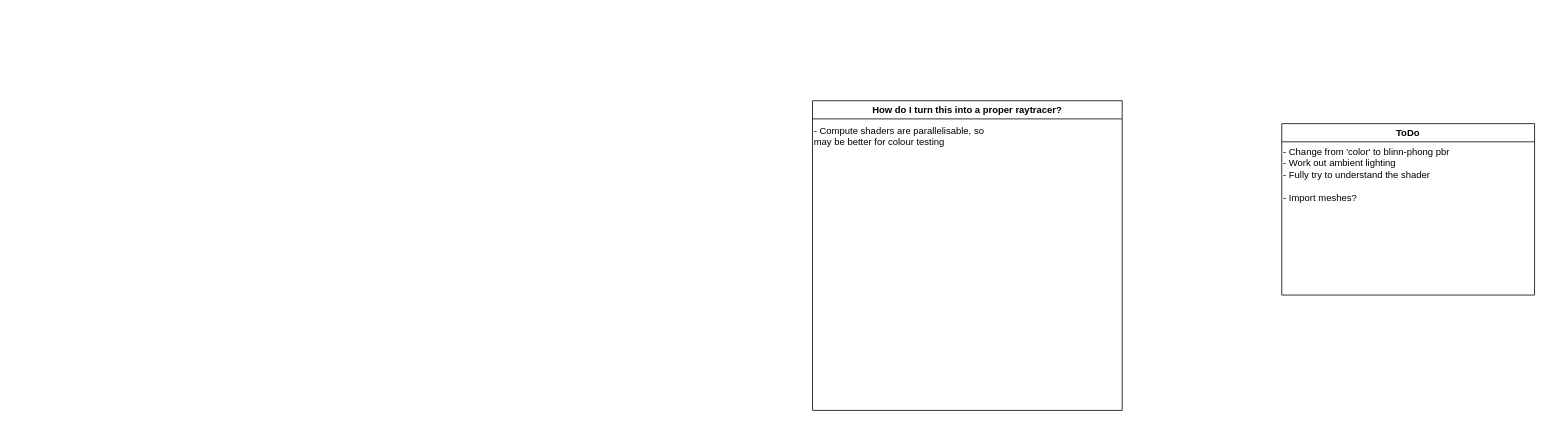
Earlier version of the draw.io diagram Diagram.drawio (RanakOFour/GL_Compute_Raytracer). Source tidied: cells renumbered, new cells numbered last; positions are measured from the earlier drawing's top-left corner, leaving out a move shared by most shapes. Both pictures are drawn from the tidied source at 79%, with x=0, y=0 at pixel (812, 100).
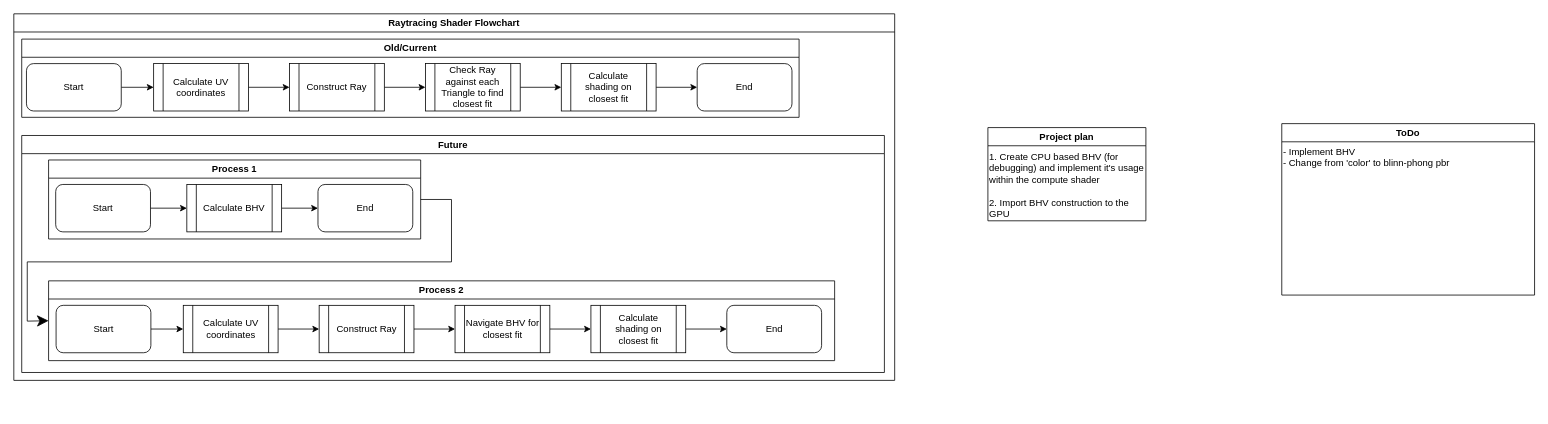
The same page after the edit.

The change refers to these unchanged cells:
```xml
<mxCell id="4" value="ToDo" style="swimlane;whiteSpace=wrap;html=1;" parent="1" vertex="1">
  <mxGeometry x="594" y="29" width="320" height="217" as="geometry" />
</mxCell>
```

Change to the diagram source:
```diff
@@
-    <mxCell id="2" value="How do I turn this into a proper raytracer?" style="swimlane;whiteSpace=wrap;html=1;" parent="1" vertex="1">
-      <mxGeometry width="392" height="392" as="geometry" />
-    </mxCell>
-    <mxCell id="3" value="- Compute shaders are parallelisable, so may be better for colour testing" style="text;html=1;align=left;verticalAlign=top;whiteSpace=wrap;rounded=0;" parent="2" vertex="1">
-      <mxGeometry y="25" width="236" height="172" as="geometry" />
-    </mxCell>
@@
-    <mxCell id="5" value="- Change from 'color' to blinn-phong pbr&lt;div&gt;- Work out ambient lighting&lt;/div&gt;&lt;div&gt;- Fully try to understand the shader&lt;/div&gt;&lt;div&gt;&lt;br&gt;&lt;/div&gt;&lt;div&gt;- Import meshes?&lt;/div&gt;" style="text;html=1;align=left;verticalAlign=top;whiteSpace=wrap;rounded=0;" parent="4" vertex="1">
+    <mxCell id="5" value="&lt;div&gt;- Implement BHV&lt;/div&gt;- Change from 'color' to blinn-phong pbr" style="text;html=1;align=left;verticalAlign=top;whiteSpace=wrap;rounded=0;" parent="4" vertex="1">
       <mxGeometry y="22" width="320" height="195" as="geometry" />
     </mxCell>
+    <mxCell id="6" value="Raytracing Shader Flowchart" style="swimlane;whiteSpace=wrap;html=1;" parent="1" vertex="1">
+      <mxGeometry x="-1011" y="-110" width="1115" height="464" as="geometry" />
+    </mxCell>
+    <mxCell id="7" value="Old/Current" style="swimlane;whiteSpace=wrap;html=1;" parent="6" vertex="1">
+      <mxGeometry x="10" y="32" width="984" height="99" as="geometry" />
+    </mxCell>
+    <mxCell id="8" style="edgeStyle=none;html=1;" parent="7" edge="1" source="9" target="11">
+      <mxGeometry relative="1" as="geometry" />
+    </mxCell>
+    <mxCell id="9" value="Start" style="rounded=1;whiteSpace=wrap;html=1;" parent="7" vertex="1">
+      <mxGeometry x="6" y="31" width="120" height="60" as="geometry" />
+    </mxCell>
+    <mxCell id="10" style="edgeStyle=none;html=1;" parent="7" edge="1" source="11" target="13">
+      <mxGeometry relative="1" as="geometry" />
+    </mxCell>
+    <mxCell id="11" value="Calculate UV coordinates" style="shape=process;whiteSpace=wrap;html=1;backgroundOutline=1;" parent="7" vertex="1">
+      <mxGeometry x="167" y="31" width="120" height="60" as="geometry" />
+    </mxCell>
+    <mxCell id="12" style="edgeStyle=none;html=1;" parent="7" edge="1" source="13" target="15">
+      <mxGeometry relative="1" as="geometry" />
+    </mxCell>
+    <mxCell id="13" value="Construct Ray" style="shape=process;whiteSpace=wrap;html=1;backgroundOutline=1;" parent="7" vertex="1">
+      <mxGeometry x="339" y="31" width="120" height="60" as="geometry" />
+    </mxCell>
+    <mxCell id="14" style="edgeStyle=none;html=1;" parent="7" edge="1" source="15" target="17">
+      <mxGeometry relative="1" as="geometry" />
+    </mxCell>
+    <mxCell id="15" value="Check Ray against each Triangle to find closest fit" style="shape=process;whiteSpace=wrap;html=1;backgroundOutline=1;" parent="7" vertex="1">
+      <mxGeometry x="511" y="31" width="120" height="60" as="geometry" />
+    </mxCell>
+    <mxCell id="16" style="edgeStyle=none;html=1;" parent="7" edge="1" source="17" target="18">
+      <mxGeometry relative="1" as="geometry" />
+    </mxCell>
+    <mxCell id="17" value="Calculate shading on closest fit" style="shape=process;whiteSpace=wrap;html=1;backgroundOutline=1;" parent="7" vertex="1">
+      <mxGeometry x="683" y="31" width="120" height="60" as="geometry" />
+    </mxCell>
+    <mxCell id="18" value="End" style="rounded=1;whiteSpace=wrap;html=1;" parent="7" vertex="1">
+      <mxGeometry x="855" y="31" width="120" height="60" as="geometry" />
+    </mxCell>
+    <mxCell id="19" value="Future" style="swimlane;whiteSpace=wrap;html=1;" parent="6" vertex="1">
+      <mxGeometry x="10" y="154" width="1092" height="300" as="geometry" />
+    </mxCell>
+    <mxCell id="20" style="edgeStyle=none;html=1;entryX=0;entryY=0.5;entryDx=0;entryDy=0;exitX=1;exitY=0.5;exitDx=0;exitDy=0;rounded=0;curved=0;endSize=12;" parent="19" edge="1" source="21" target="27">
+      <mxGeometry relative="1" as="geometry">
+        <Array as="points">
+          <mxPoint x="544" y="81" />
+          <mxPoint x="544" y="160" />
+          <mxPoint x="7" y="160" />
+          <mxPoint x="7" y="235" />
+        </Array>
+      </mxGeometry>
+    </mxCell>
+    <mxCell id="21" value="Process 1" style="swimlane;whiteSpace=wrap;html=1;" parent="19" vertex="1">
+      <mxGeometry x="34" y="31" width="471" height="100" as="geometry" />
+    </mxCell>
+    <mxCell id="22" style="edgeStyle=none;html=1;" parent="21" edge="1" source="23" target="25">
+      <mxGeometry relative="1" as="geometry" />
+    </mxCell>
+    <mxCell id="23" value="Start" style="rounded=1;whiteSpace=wrap;html=1;" parent="21" vertex="1">
+      <mxGeometry x="9" y="31" width="120" height="60" as="geometry" />
+    </mxCell>
+    <mxCell id="24" style="edgeStyle=none;html=1;" parent="21" edge="1" source="25" target="26">
+      <mxGeometry relative="1" as="geometry" />
+    </mxCell>
+    <mxCell id="25" value="Calculate BHV" style="shape=process;whiteSpace=wrap;html=1;backgroundOutline=1;" parent="21" vertex="1">
+      <mxGeometry x="175" y="31" width="120" height="60" as="geometry" />
+    </mxCell>
+    <mxCell id="26" value="End" style="rounded=1;whiteSpace=wrap;html=1;" parent="21" vertex="1">
+      <mxGeometry x="341" y="31" width="120" height="60" as="geometry" />
+    </mxCell>
+    <mxCell id="27" value="Process 2" style="swimlane;whiteSpace=wrap;html=1;" parent="19" vertex="1">
+      <mxGeometry x="34" y="184" width="995" height="101" as="geometry" />
+    </mxCell>
+    <mxCell id="28" style="edgeStyle=none;html=1;" parent="27" edge="1" source="29" target="31">
+      <mxGeometry relative="1" as="geometry" />
+    </mxCell>
+    <mxCell id="29" value="Start" style="rounded=1;whiteSpace=wrap;html=1;" parent="27" vertex="1">
+      <mxGeometry x="9.5" y="31" width="120" height="60" as="geometry" />
+    </mxCell>
+    <mxCell id="30" style="edgeStyle=none;html=1;" parent="27" edge="1" source="31" target="33">
+      <mxGeometry relative="1" as="geometry" />
+    </mxCell>
+    <mxCell id="31" value="Calculate UV coordinates" style="shape=process;whiteSpace=wrap;html=1;backgroundOutline=1;" parent="27" vertex="1">
+      <mxGeometry x="170.5" y="31" width="120" height="60" as="geometry" />
+    </mxCell>
+    <mxCell id="32" style="edgeStyle=none;html=1;" parent="27" edge="1" source="33" target="35">
+      <mxGeometry relative="1" as="geometry" />
+    </mxCell>
+    <mxCell id="33" value="Construct Ray" style="shape=process;whiteSpace=wrap;html=1;backgroundOutline=1;" parent="27" vertex="1">
+      <mxGeometry x="342.5" y="31" width="120" height="60" as="geometry" />
+    </mxCell>
+    <mxCell id="34" style="edgeStyle=none;html=1;" parent="27" edge="1" source="35" target="37">
+      <mxGeometry relative="1" as="geometry" />
+    </mxCell>
+    <mxCell id="35" value="Navigate BHV for closest fit" style="shape=process;whiteSpace=wrap;html=1;backgroundOutline=1;" parent="27" vertex="1">
+      <mxGeometry x="514.5" y="31" width="120" height="60" as="geometry" />
+    </mxCell>
+    <mxCell id="36" style="edgeStyle=none;html=1;" parent="27" edge="1" source="37" target="38">
+      <mxGeometry relative="1" as="geometry" />
+    </mxCell>
+    <mxCell id="37" value="Calculate shading on closest fit" style="shape=process;whiteSpace=wrap;html=1;backgroundOutline=1;" parent="27" vertex="1">
+      <mxGeometry x="686.5" y="31" width="120" height="60" as="geometry" />
+    </mxCell>
+    <mxCell id="38" value="End" style="rounded=1;whiteSpace=wrap;html=1;" parent="27" vertex="1">
+      <mxGeometry x="858.5" y="31" width="120" height="60" as="geometry" />
+    </mxCell>
+    <mxCell id="39" value="Project plan" style="swimlane;whiteSpace=wrap;html=1;" parent="1" vertex="1">
+      <mxGeometry x="222" y="34" width="200" height="118" as="geometry" />
+    </mxCell>
+    <mxCell id="40" value="1. Create CPU based BHV (for debugging) and implement it's usage within the compute shader&lt;div&gt;&lt;br&gt;&lt;/div&gt;&lt;div&gt;2. Import BHV construction to the GPU&lt;/div&gt;" style="text;html=1;align=left;verticalAlign=top;whiteSpace=wrap;rounded=0;" parent="39" vertex="1">
+      <mxGeometry y="24" width="199" height="63" as="geometry" />
+    </mxCell>
```
